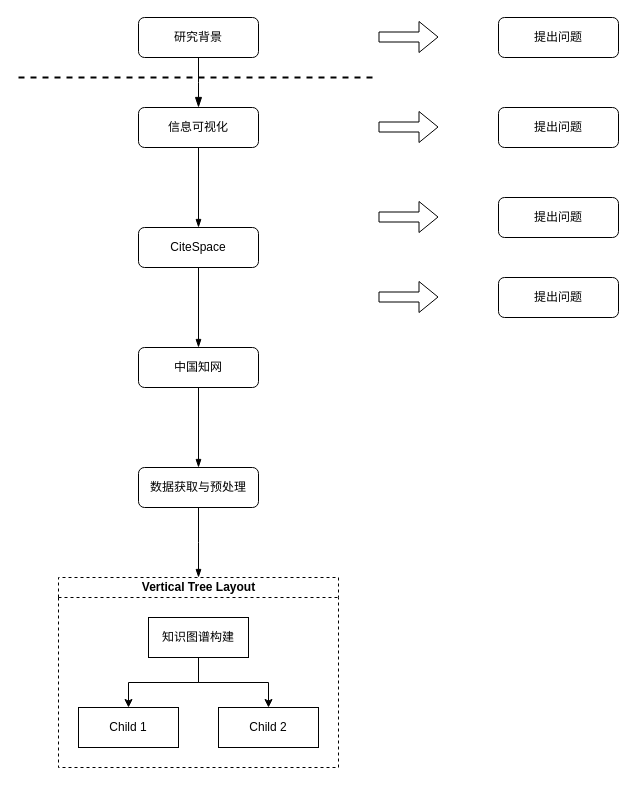
This is 论文技术路线图.drawio from keepfocusontechnology/interview, a draw.io file, before an edit. Source tidied: cells renumbered, new cells numbered last; positions are measured from the earlier drawing's top-left corner, leaving out a move shared by most shapes. Both pictures are drawn from the tidied source at 100%, with x=0, y=0 at pixel (18, 17).
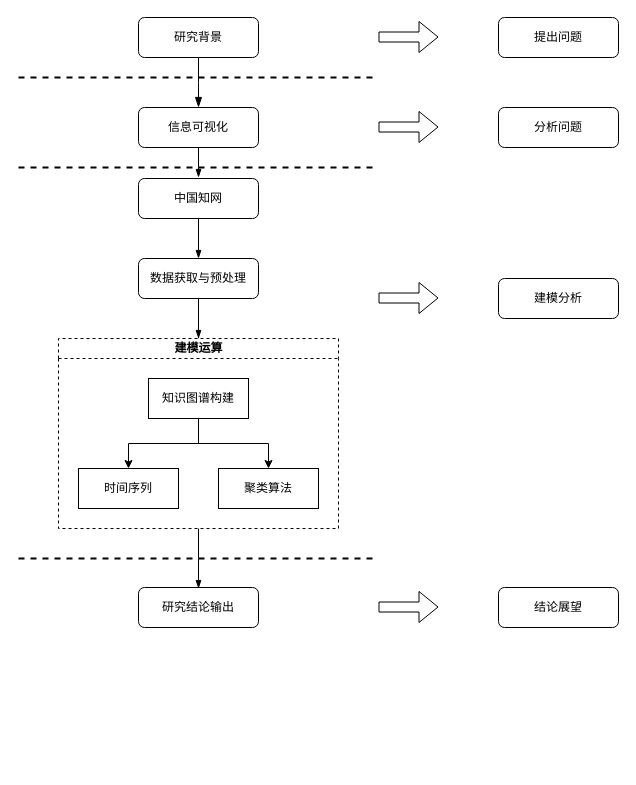
Above is the later version.

Commit message:
更新论文技术路线图.drawio

Unchanged cells that the change refers to:
```xml
<mxCell id="6" value="信息可视化" style="rounded=1;whiteSpace=wrap;html=1;fontSize=12;glass=0;strokeWidth=1;shadow=0;" parent="1" vertex="1">
  <mxGeometry x="120" y="90" width="120" height="40" as="geometry" />
</mxCell>
```

What changed in the source:
```diff
@@
-    <mxCell id="5" style="edgeStyle=orthogonalEdgeStyle;rounded=0;jettySize=auto;html=1;endArrow=blockThin;endFill=1;strokeWidth=1;" parent="1" edge="1" source="6" target="16">
-      <mxGeometry relative="1" as="geometry" />
+    <mxCell id="5" style="edgeStyle=orthogonalEdgeStyle;rounded=0;jettySize=auto;html=1;endArrow=blockThin;endFill=1;strokeWidth=1;" parent="1" edge="1" source="6">
+      <mxGeometry relative="1" as="geometry">
+        <mxPoint x="180" y="160" as="targetPoint" />
+      </mxGeometry>
     </mxCell>
@@
-    <mxCell id="9" value="提出问题" style="rounded=1;whiteSpace=wrap;html=1;fontSize=12;glass=0;strokeWidth=1;shadow=0;" parent="1" vertex="1">
+    <mxCell id="9" value="分析问题" style="rounded=1;whiteSpace=wrap;html=1;fontSize=12;glass=0;strokeWidth=1;shadow=0;" parent="1" vertex="1">
       <mxGeometry x="480" y="90" width="120" height="40" as="geometry" />
     </mxCell>
@@
-    <mxCell id="11" value="提出问题" style="rounded=1;whiteSpace=wrap;html=1;fontSize=12;glass=0;strokeWidth=1;shadow=0;" parent="1" vertex="1">
-      <mxGeometry x="480" y="180" width="120" height="40" as="geometry" />
+    <mxCell id="11" value="建模分析" style="rounded=1;whiteSpace=wrap;html=1;fontSize=12;glass=0;strokeWidth=1;shadow=0;" parent="1" vertex="1">
+      <mxGeometry x="480" y="261" width="120" height="40" as="geometry" />
     </mxCell>
     <mxCell id="12" style="shape=flexArrow;endArrow=classic;html=1;strokeWidth=1;" parent="1" edge="1">
       <mxGeometry relative="1" as="geometry">
-        <mxPoint x="360" y="199.5" as="sourcePoint" />
-        <mxPoint x="420" y="199.5" as="targetPoint" />
+        <mxPoint x="360" y="280.5" as="sourcePoint" />
+        <mxPoint x="420" y="280.5" as="targetPoint" />
       </mxGeometry>
     </mxCell>
-    <mxCell id="13" value="提出问题" style="rounded=1;whiteSpace=wrap;html=1;fontSize=12;glass=0;strokeWidth=1;shadow=0;" parent="1" vertex="1">
-      <mxGeometry x="480" y="260" width="120" height="40" as="geometry" />
+    <mxCell id="13" value="结论展望" style="rounded=1;whiteSpace=wrap;html=1;fontSize=12;glass=0;strokeWidth=1;shadow=0;" parent="1" vertex="1">
+      <mxGeometry x="480" y="570" width="120" height="40" as="geometry" />
     </mxCell>
     <mxCell id="14" style="shape=flexArrow;endArrow=classic;html=1;strokeWidth=1;" parent="1" edge="1">
       <mxGeometry relative="1" as="geometry">
-        <mxPoint x="360" y="279.5" as="sourcePoint" />
-        <mxPoint x="420" y="279.5" as="targetPoint" />
+        <mxPoint x="360" y="589.5" as="sourcePoint" />
+        <mxPoint x="420" y="589.5" as="targetPoint" />
       </mxGeometry>
     </mxCell>
-    <mxCell id="15" style="edgeStyle=orthogonalEdgeStyle;rounded=0;jettySize=auto;html=1;endArrow=blockThin;endFill=1;strokeWidth=1;" parent="1" edge="1" source="16" target="18">
-      <mxGeometry relative="1" as="geometry" />
-    </mxCell>
-    <mxCell id="16" value="CiteSpace" style="rounded=1;whiteSpace=wrap;html=1;fontSize=12;glass=0;strokeWidth=1;shadow=0;" parent="1" vertex="1">
-      <mxGeometry x="120" y="210" width="120" height="40" as="geometry" />
-    </mxCell>
@@
     <mxCell id="18" value="中国知网" style="rounded=1;whiteSpace=wrap;html=1;fontSize=12;glass=0;strokeWidth=1;shadow=0;" parent="1" vertex="1">
-      <mxGeometry x="120" y="330" width="120" height="40" as="geometry" />
+      <mxGeometry x="120" y="161" width="120" height="40" as="geometry" />
     </mxCell>
     <mxCell id="19" style="edgeStyle=orthogonalEdgeStyle;rounded=0;jettySize=auto;html=1;endArrow=blockThin;endFill=1;strokeWidth=1;" parent="1" edge="1" source="20">
       <mxGeometry relative="1" as="geometry">
-        <mxPoint x="180" y="560" as="targetPoint" />
+        <mxPoint x="180" y="321" as="targetPoint" />
       </mxGeometry>
     </mxCell>
     <mxCell id="20" value="数据获取与预处理" style="rounded=1;whiteSpace=wrap;html=1;fontSize=12;glass=0;strokeWidth=1;shadow=0;" parent="1" vertex="1">
-      <mxGeometry x="120" y="450" width="120" height="40" as="geometry" />
+      <mxGeometry x="120" y="241" width="120" height="40" as="geometry" />
     </mxCell>
+    <mxCell id="27" style="edgeStyle=orthogonalEdgeStyle;rounded=0;jettySize=auto;html=1;endArrow=none;endFill=0;" parent="1" edge="1" source="21" target="20">
+      <mxGeometry relative="1" as="geometry" />
+    </mxCell>
+    <mxCell id="28" style="edgeStyle=orthogonalEdgeStyle;rounded=0;jettySize=auto;html=1;endArrow=blockThin;endFill=1;" parent="1" edge="1" source="21">
+      <mxGeometry relative="1" as="geometry">
+        <mxPoint x="180" y="571" as="targetPoint" />
+      </mxGeometry>
+    </mxCell>
-    <mxCell id="21" value="Vertical Tree Layout" style="swimlane;html=1;startSize=20;horizontal=1;horizontalTree=0;containerType=tree;dashed=1;" parent="1" vertex="1">
-      <mxGeometry x="40" y="560" width="280" height="190" as="geometry" />
+    <mxCell id="21" value="建模运算" style="swimlane;html=1;startSize=20;horizontal=1;horizontalTree=0;containerType=tree;dashed=1;" parent="1" vertex="1">
+      <mxGeometry x="40" y="321" width="280" height="190" as="geometry" />
     </mxCell>
@@
-    <mxCell id="23" value="Child 1" style="whiteSpace=wrap;html=1;" parent="21" vertex="1">
+    <mxCell id="23" value="时间序列" style="whiteSpace=wrap;html=1;" parent="21" vertex="1">
       <mxGeometry x="20" y="130" width="100" height="40" as="geometry" />
     </mxCell>
@@
-    <mxCell id="25" value="Child 2" style="whiteSpace=wrap;html=1;" parent="21" vertex="1">
+    <mxCell id="25" value="聚类算法" style="whiteSpace=wrap;html=1;" parent="21" vertex="1">
       <mxGeometry x="160" y="130" width="100" height="40" as="geometry" />
     </mxCell>
@@
+    <mxCell id="29" style="endArrow=none;dashed=1;html=1;strokeWidth=2;" parent="1" edge="1">
+      <mxGeometry relative="1" as="geometry">
+        <mxPoint y="150" as="sourcePoint" />
+        <mxPoint x="360" y="150" as="targetPoint" />
+      </mxGeometry>
+    </mxCell>
+    <mxCell id="30" style="endArrow=none;dashed=1;html=1;strokeWidth=2;" parent="1" edge="1">
+      <mxGeometry relative="1" as="geometry">
+        <mxPoint y="541" as="sourcePoint" />
+        <mxPoint x="360" y="541" as="targetPoint" />
+      </mxGeometry>
+    </mxCell>
+    <mxCell id="31" value="研究结论输出" style="rounded=1;whiteSpace=wrap;html=1;fontSize=12;glass=0;strokeWidth=1;shadow=0;" parent="1" vertex="1">
+      <mxGeometry x="120" y="570" width="120" height="40" as="geometry" />
+    </mxCell>
```
